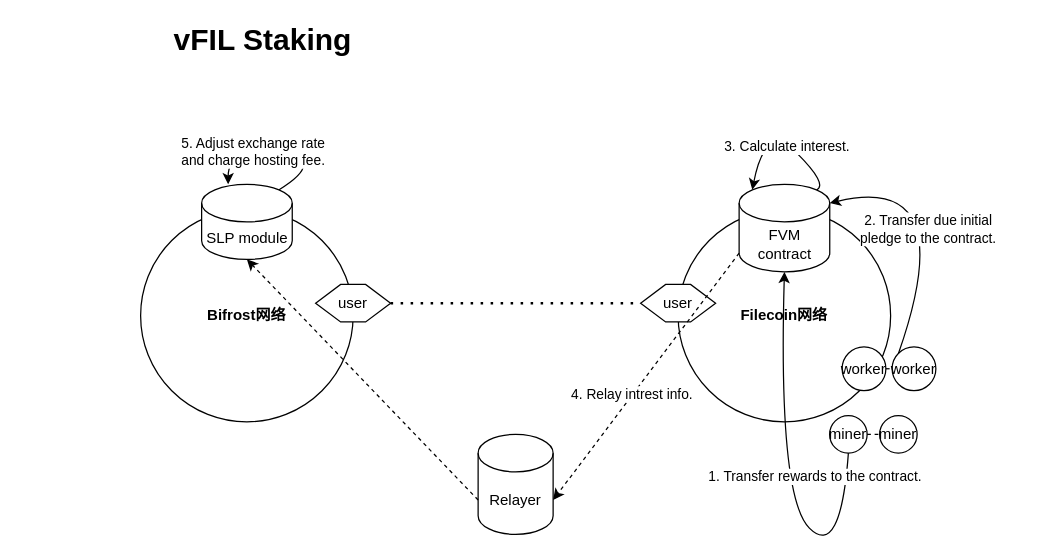
herryho/flowchars keeps this draw.io diagram as vfil-staking-fvm.drawio. Above is the earlier version. Source tidied: cells renumbered, new cells numbered last; positions are measured from the earlier drawing's top-left corner, leaving out a move shared by most shapes. Both pictures are drawn from the tidied source at 125%, with x=0, y=0 at pixel (100, 21).
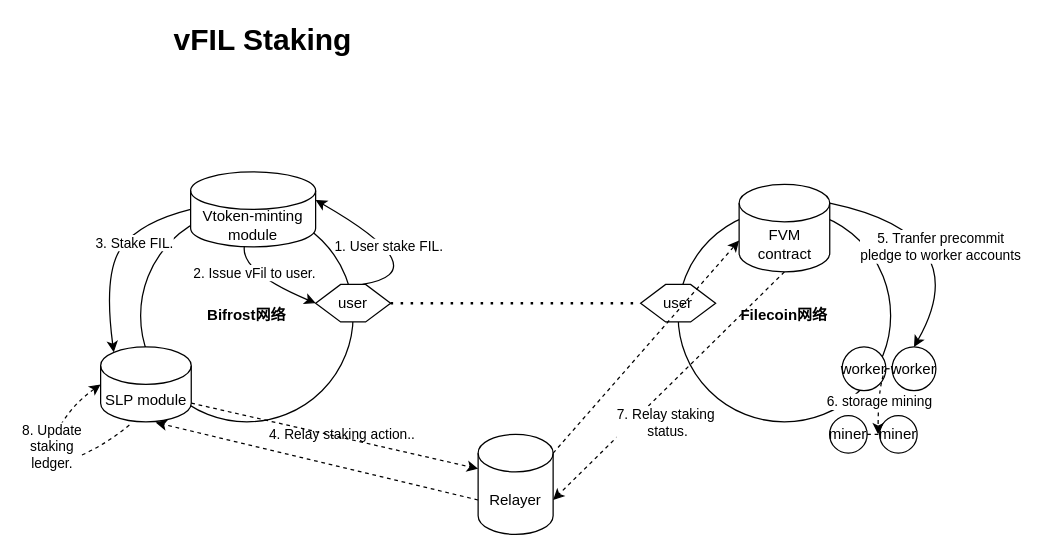
The same page after the edit.

Unchanged cells that the change refers to:
```xml
<mxCell id="4" value="user" style="shape=hexagon;perimeter=hexagonPerimeter2;whiteSpace=wrap;html=1;fixedSize=1;" parent="1" vertex="1">
  <mxGeometry x="172" y="210" width="60" height="30" as="geometry" />
</mxCell>
<mxCell id="7" value="FVM contract" style="shape=cylinder3;whiteSpace=wrap;html=1;boundedLbl=1;backgroundOutline=1;size=15;" parent="1" vertex="1">
  <mxGeometry x="510.8" y="130" width="72.5" height="70" as="geometry" />
</mxCell>
<mxCell id="8" value="worker" style="ellipse;whiteSpace=wrap;html=1;" parent="1" vertex="1">
  <mxGeometry x="593.2" y="260" width="35" height="35" as="geometry" />
</mxCell>
<mxCell id="10" value="Relayer" style="shape=cylinder3;whiteSpace=wrap;html=1;boundedLbl=1;backgroundOutline=1;size=15;" parent="1" vertex="1">
  <mxGeometry x="302" y="330" width="60" height="80" as="geometry" />
</mxCell>
<mxCell id="11" value="miner" style="ellipse;whiteSpace=wrap;html=1;" parent="1" vertex="1">
  <mxGeometry x="583.2" y="315" width="30" height="30" as="geometry" />
</mxCell>
<mxCell id="18" value="worker" style="ellipse;whiteSpace=wrap;html=1;" parent="1" vertex="1">
  <mxGeometry x="633.2" y="260" width="35" height="35" as="geometry" />
</mxCell>
```

What changed in the source:
```diff
@@
     <mxCell id="9" value="SLP module" style="shape=cylinder3;whiteSpace=wrap;html=1;boundedLbl=1;backgroundOutline=1;size=15;" parent="1" vertex="1">
-      <mxGeometry x="80.8" y="130" width="72.5" height="60" as="geometry" />
+      <mxGeometry y="260" width="72.5" height="60" as="geometry" />
     </mxCell>
@@
-    <mxCell id="14" style="endArrow=classic;html=1;rounded=0;dashed=1;exitX=0;exitY=1;exitDx=0;exitDy=-15;exitPerimeter=0;entryX=1;entryY=0;entryDx=0;entryDy=52.5;entryPerimeter=0;" parent="1" edge="1" source="7" target="10">
+    <mxCell id="14" style="endArrow=classic;html=1;rounded=0;dashed=1;entryX=0;entryY=0;entryDx=0;entryDy=45;entryPerimeter=0;exitX=1;exitY=0;exitDx=0;exitDy=15;exitPerimeter=0;" parent="1" edge="1" source="10" target="7">
       <mxGeometry relative="1" as="geometry" />
     </mxCell>
-    <mxCell id="15" value="4. Relay intrest info." style="edgeLabel;html=1;align=center;verticalAlign=middle;" parent="14" vertex="1">
-      <mxGeometry x="0.15" y="-1" relative="1" as="geometry" />
+    <mxCell id="15" value="4. Relay staking action.." style="edgeLabel;html=1;align=center;verticalAlign=middle;" parent="14" vertex="1">
+      <mxGeometry x="0.15" y="-1" relative="1" as="geometry">
+        <mxPoint x="-256" y="82" as="offset" />
+      </mxGeometry>
     </mxCell>
-    <mxCell id="16" style="endArrow=classic;html=1;rounded=0;dashed=1;entryX=0.5;entryY=1;entryDx=0;entryDy=0;entryPerimeter=0;exitX=0;exitY=0;exitDx=0;exitDy=52.5;exitPerimeter=0;" parent="1" edge="1" source="10" target="9">
+    <mxCell id="16" style="endArrow=classic;html=1;rounded=0;dashed=1;entryX=0;entryY=0;entryDx=0;entryDy=27.5;entryPerimeter=0;exitX=1;exitY=1;exitDx=0;exitDy=-15;exitPerimeter=0;" parent="1" edge="1" source="9" target="10">
       <mxGeometry relative="1" as="geometry" />
     </mxCell>
@@
-    <mxCell id="20" style="curved=1;endArrow=classic;html=1;rounded=0;exitX=0.5;exitY=1;exitDx=0;exitDy=0;entryX=0.5;entryY=1;entryDx=0;entryDy=0;entryPerimeter=0;" parent="1" edge="1" source="11" target="7">
-      <mxGeometry relative="1" as="geometry">
-        <Array as="points">
-          <mxPoint x="592" y="430" />
-          <mxPoint x="542" y="380" />
-        </Array>
-      </mxGeometry>
-    </mxCell>
-    <mxCell id="21" value="1. Transfer rewards to the contract.&amp;nbsp;" style="edgeLabel;html=1;align=center;verticalAlign=middle;" parent="20" vertex="1">
-      <mxGeometry x="0.03" y="-4" relative="1" as="geometry">
-        <mxPoint x="26" as="offset" />
-      </mxGeometry>
-    </mxCell>
+    <mxCell id="28" value="Vtoken-minting module" style="shape=cylinder3;whiteSpace=wrap;html=1;boundedLbl=1;backgroundOutline=1;size=15;" parent="1" vertex="1">
+      <mxGeometry x="72" y="120" width="100" height="60" as="geometry" />
+    </mxCell>
+    <mxCell id="29" style="curved=1;endArrow=classic;html=1;rounded=0;entryX=1;entryY=0;entryDx=0;entryDy=22.5;entryPerimeter=0;exitX=0.625;exitY=0;exitDx=0;exitDy=0;" parent="1" edge="1" source="4" target="28">
+      <mxGeometry relative="1" as="geometry">
+        <Array as="points">
+          <mxPoint x="272" y="200" />
+        </Array>
+      </mxGeometry>
+    </mxCell>
+    <mxCell id="30" value="1. User stake FIL.&amp;nbsp;" style="edgeLabel;html=1;align=center;verticalAlign=middle;" parent="29" vertex="1">
+      <mxGeometry x="0.65" y="3" relative="1" as="geometry">
+        <mxPoint x="34" y="19" as="offset" />
+      </mxGeometry>
+    </mxCell>
+    <mxCell id="31" style="curved=1;endArrow=classic;html=1;rounded=0;exitX=0.43;exitY=0.992;exitDx=0;exitDy=0;exitPerimeter=0;entryX=0;entryY=0.5;entryDx=0;entryDy=0;" parent="1" edge="1" source="28" target="4">
+      <mxGeometry relative="1" as="geometry">
+        <Array as="points">
+          <mxPoint x="112" y="200" />
+        </Array>
+      </mxGeometry>
+    </mxCell>
+    <mxCell id="32" value="2. Issue vFil to user." style="edgeLabel;html=1;align=center;verticalAlign=middle;" parent="31" vertex="1">
+      <mxGeometry x="-0.35" y="7" relative="1" as="geometry">
+        <mxPoint x="1" y="4" as="offset" />
+      </mxGeometry>
+    </mxCell>
+    <mxCell id="33" style="curved=1;endArrow=classic;html=1;rounded=0;exitX=0;exitY=0.5;exitDx=0;exitDy=0;exitPerimeter=0;entryX=0.145;entryY=0;entryDx=0;entryDy=4.35;entryPerimeter=0;" parent="1" edge="1" source="28" target="9">
+      <mxGeometry relative="1" as="geometry">
+        <Array as="points">
+          <mxPoint x="32" y="160" />
+          <mxPoint x="2" y="200" />
+        </Array>
+      </mxGeometry>
+    </mxCell>
+    <mxCell id="34" value="3. Stake FIL." style="edgeLabel;html=1;align=center;verticalAlign=middle;" parent="33" vertex="1">
+      <mxGeometry x="-0.26" y="6" relative="1" as="geometry">
+        <mxPoint y="-1" as="offset" />
+      </mxGeometry>
+    </mxCell>
+    <mxCell id="35" style="curved=1;endArrow=classic;html=1;rounded=0;exitX=1;exitY=0;exitDx=0;exitDy=15;exitPerimeter=0;entryX=0.5;entryY=0;entryDx=0;entryDy=0;" parent="1" edge="1" source="7" target="18">
+      <mxGeometry relative="1" as="geometry">
+        <Array as="points">
+          <mxPoint x="702" y="170" />
+        </Array>
+      </mxGeometry>
+    </mxCell>
+    <mxCell id="36" value="5. Tranfer precommit&lt;br&gt;pledge to worker accounts" style="edgeLabel;html=1;align=center;verticalAlign=middle;" parent="35" vertex="1">
+      <mxGeometry x="-0.31" y="-18" relative="1" as="geometry">
+        <mxPoint x="16" y="1" as="offset" />
+      </mxGeometry>
+    </mxCell>
+    <mxCell id="37" style="curved=1;endArrow=classic;html=1;rounded=0;exitX=1;exitY=0.5;exitDx=0;exitDy=0;dashed=1;" parent="1" edge="1" source="8">
+      <mxGeometry relative="1" as="geometry">
+        <mxPoint x="622" y="330" as="targetPoint" />
+        <Array as="points">
+          <mxPoint x="622" y="290" />
+        </Array>
+      </mxGeometry>
+    </mxCell>
+    <mxCell id="38" value="6. storage mining" style="edgeLabel;html=1;align=center;verticalAlign=middle;" parent="37" vertex="1">
+      <mxGeometry relative="1" as="geometry" />
+    </mxCell>
+    <mxCell id="39" style="endArrow=classic;html=1;rounded=0;dashed=1;exitX=0.5;exitY=1;exitDx=0;exitDy=0;exitPerimeter=0;entryX=1;entryY=0;entryDx=0;entryDy=52.5;entryPerimeter=0;" parent="1" edge="1" source="7" target="10">
+      <mxGeometry relative="1" as="geometry" />
+    </mxCell>
+    <mxCell id="40" value="7. Relay staking&lt;br&gt;&amp;nbsp;status." style="edgeLabel;html=1;align=center;verticalAlign=middle;" parent="39" vertex="1">
+      <mxGeometry x="0.01" y="3" relative="1" as="geometry">
+        <mxPoint x="-4" y="26" as="offset" />
+      </mxGeometry>
+    </mxCell>
+    <mxCell id="41" style="endArrow=classic;html=1;rounded=0;dashed=1;exitX=0;exitY=0;exitDx=0;exitDy=52.5;exitPerimeter=0;entryX=0.607;entryY=1.008;entryDx=0;entryDy=0;entryPerimeter=0;" parent="1" edge="1" source="10" target="9">
+      <mxGeometry relative="1" as="geometry" />
+    </mxCell>
-    <mxCell id="22" style="curved=1;endArrow=classic;html=1;rounded=0;exitX=0.855;exitY=0;exitDx=0;exitDy=4.35;exitPerimeter=0;entryX=0.293;entryY=0;entryDx=0;entryDy=0;entryPerimeter=0;" parent="1" edge="1" source="9" target="9">
+    <mxCell id="22" style="curved=1;endArrow=classic;html=1;rounded=0;dashed=1;entryX=0;entryY=0.5;entryDx=0;entryDy=0;entryPerimeter=0;exitX=0.317;exitY=1.042;exitDx=0;exitDy=0;exitPerimeter=0;" parent="1" edge="1" source="9" target="9">
       <mxGeometry relative="1" as="geometry">
         <Array as="points">
-          <mxPoint x="182" y="110" />
-          <mxPoint x="102" y="100" />
+          <mxPoint x="2" y="340" />
+          <mxPoint x="-48" y="360" />
+          <mxPoint x="-28" y="310" />
         </Array>
       </mxGeometry>
     </mxCell>
-    <mxCell id="23" value="5. Adjust exchange rate &lt;br&gt;and charge hosting fee." style="edgeLabel;html=1;align=center;verticalAlign=middle;" parent="22" vertex="1">
-      <mxGeometry x="0.36" y="1" relative="1" as="geometry" />
-    </mxCell>
-    <mxCell id="24" style="curved=1;endArrow=classic;html=1;rounded=0;exitX=0;exitY=0;exitDx=0;exitDy=0;entryX=1;entryY=0;entryDx=0;entryDy=15;entryPerimeter=0;" parent="1" edge="1" source="18" target="7">
-      <mxGeometry relative="1" as="geometry">
-        <Array as="points">
-          <mxPoint x="689" y="120" />
-        </Array>
-      </mxGeometry>
-    </mxCell>
-    <mxCell id="25" value="2. Transfer due initial &lt;br&gt;pledge to the contract." style="edgeLabel;html=1;align=center;verticalAlign=middle;" parent="24" vertex="1">
-      <mxGeometry x="0.69" y="7" relative="1" as="geometry">
-        <mxPoint x="37" y="23" as="offset" />
-      </mxGeometry>
-    </mxCell>
-    <mxCell id="26" style="curved=1;endArrow=classic;html=1;rounded=0;exitX=0.855;exitY=0;exitDx=0;exitDy=4.35;exitPerimeter=0;entryX=0.145;entryY=0;entryDx=0;entryDy=4.35;entryPerimeter=0;" parent="1" edge="1" source="7" target="7">
-      <mxGeometry relative="1" as="geometry">
-        <Array as="points">
-          <mxPoint x="582" y="130" />
-          <mxPoint x="532" y="80" />
-        </Array>
-      </mxGeometry>
-    </mxCell>
-    <mxCell id="27" value="3. Calculate interest." style="edgeLabel;html=1;align=center;verticalAlign=middle;" parent="26" vertex="1">
-      <mxGeometry x="-0.18" y="2" relative="1" as="geometry" />
-    </mxCell>
+    <mxCell id="42" value="8. Update&lt;br&gt;staking&lt;br&gt;ledger." style="edgeLabel;html=1;align=center;verticalAlign=middle;" parent="22" vertex="1">
+      <mxGeometry x="0.1" y="-5" relative="1" as="geometry">
+        <mxPoint x="-1" y="-11" as="offset" />
+      </mxGeometry>
+    </mxCell>
```
